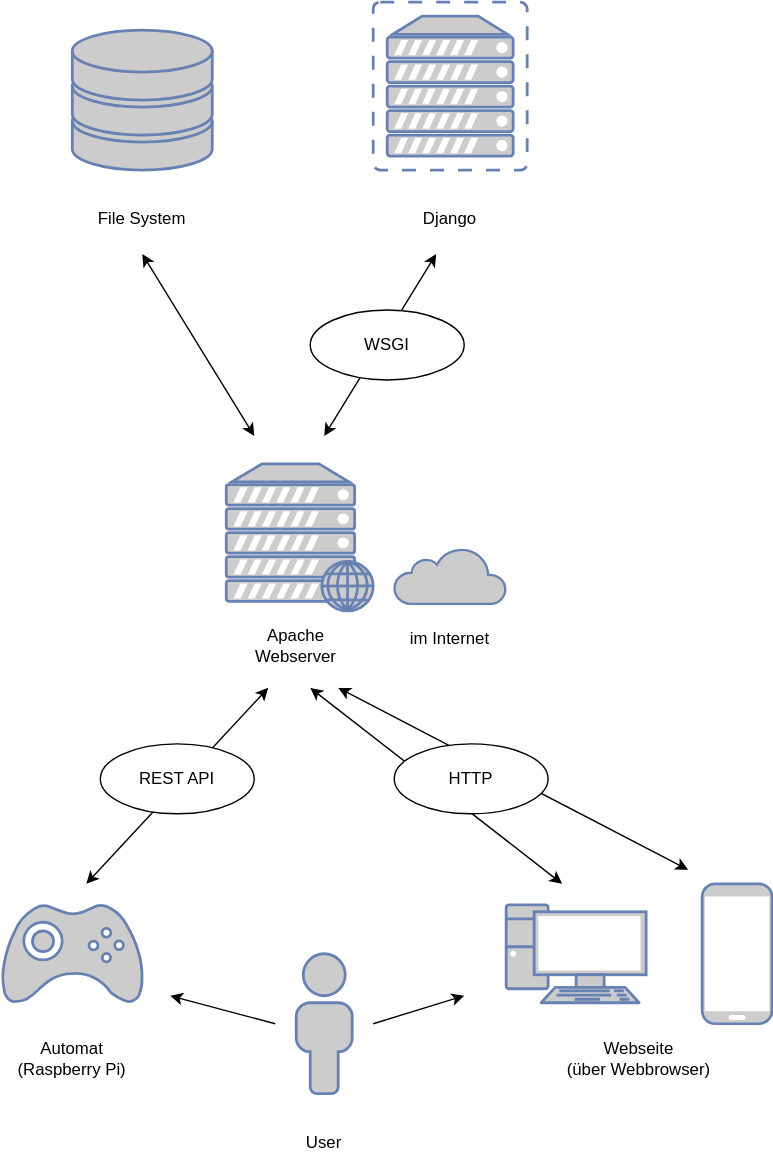
Earlier version of the draw.io export Architektur_Burgerkarte.svg (Kai-Singer/Burgerkarte). Source tidied: cells renumbered, new cells last; positions are measured from the earlier drawing's top-left corner, leaving out a move shared by most shapes. The source it was exported from:
```xml
<mxGraphModel>
  <root>
    <mxCell id="0" />
    <mxCell id="1" parent="0" />
    <mxCell id="2" style="fontColor=#0066CC;verticalAlign=top;verticalLabelPosition=bottom;labelPosition=center;align=center;html=1;fillColor=#CCCCCC;strokeColor=#6881B3;gradientColor=none;gradientDirection=north;strokeWidth=2;shape=mxgraph.networks.gamepad;" parent="1" vertex="1">
      <mxGeometry y="645" width="100" height="70" as="geometry" />
    </mxCell>
    <mxCell id="3" style="fontColor=#0066CC;verticalAlign=top;verticalLabelPosition=bottom;labelPosition=center;align=center;html=1;fillColor=#CCCCCC;strokeColor=#6881B3;gradientColor=none;gradientDirection=north;strokeWidth=2;shape=mxgraph.networks.web_server;" parent="1" vertex="1">
      <mxGeometry x="160" y="330" width="105" height="105" as="geometry" />
    </mxCell>
    <mxCell id="4" style="fontColor=#0066CC;verticalAlign=top;verticalLabelPosition=bottom;labelPosition=center;align=center;html=1;fillColor=#CCCCCC;strokeColor=#6881B3;gradientColor=none;gradientDirection=north;strokeWidth=2;shape=mxgraph.networks.pc;" parent="1" vertex="1">
      <mxGeometry x="360" y="645" width="100" height="70" as="geometry" />
    </mxCell>
    <mxCell id="5" style="fontColor=#0066CC;verticalAlign=top;verticalLabelPosition=bottom;labelPosition=center;align=center;html=1;fillColor=#CCCCCC;strokeColor=#6881B3;gradientColor=none;gradientDirection=north;strokeWidth=2;shape=mxgraph.networks.mobile;" parent="1" vertex="1">
      <mxGeometry x="500" y="630" width="50" height="100" as="geometry" />
    </mxCell>
    <mxCell id="6" style="fontColor=#0066CC;verticalAlign=top;verticalLabelPosition=bottom;labelPosition=center;align=center;html=1;fillColor=#CCCCCC;strokeColor=#6881B3;gradientColor=none;gradientDirection=north;strokeWidth=2;shape=mxgraph.networks.storage;" parent="1" vertex="1">
      <mxGeometry x="50" y="20" width="100" height="100" as="geometry" />
    </mxCell>
    <mxCell id="7" style="fontColor=#0066CC;verticalAlign=top;verticalLabelPosition=bottom;labelPosition=center;align=center;html=1;fillColor=#CCCCCC;strokeColor=#6881B3;gradientColor=none;gradientDirection=north;strokeWidth=2;shape=mxgraph.networks.user_male;" parent="1" vertex="1">
      <mxGeometry x="210" y="680" width="40" height="100" as="geometry" />
    </mxCell>
    <mxCell id="8" style="html=1;fillColor=#CCCCCC;strokeColor=#6881B3;gradientColor=none;gradientDirection=north;strokeWidth=2;shape=mxgraph.networks.cloud;fontColor=#ffffff;" parent="1" vertex="1">
      <mxGeometry x="280" y="390" width="80" height="40" as="geometry" />
    </mxCell>
    <mxCell id="9" value="File System" style="text;html=1;align=center;verticalAlign=middle;whiteSpace=wrap;rounded=0;" parent="1" vertex="1">
      <mxGeometry x="60" y="140" width="80" height="30" as="geometry" />
    </mxCell>
    <mxCell id="10" value="Django" style="text;html=1;align=center;verticalAlign=middle;whiteSpace=wrap;rounded=0;" parent="1" vertex="1">
      <mxGeometry x="280" y="140" width="80" height="30" as="geometry" />
    </mxCell>
    <mxCell id="11" style="endArrow=classic;startArrow=classic;html=1;" parent="1" edge="1">
      <mxGeometry relative="1" as="geometry">
        <mxPoint x="180" y="310" as="sourcePoint" />
        <mxPoint x="100" y="180" as="targetPoint" />
      </mxGeometry>
    </mxCell>
    <mxCell id="12" style="endArrow=classic;startArrow=classic;html=1;" parent="1" edge="1">
      <mxGeometry relative="1" as="geometry">
        <mxPoint x="230" y="310" as="sourcePoint" />
        <mxPoint x="310" y="180" as="targetPoint" />
      </mxGeometry>
    </mxCell>
    <mxCell id="13" style="ellipse;whiteSpace=wrap;html=1;" parent="1" vertex="1">
      <mxGeometry x="220" y="220" width="110" height="50" as="geometry" />
    </mxCell>
    <mxCell id="14" value="WSGI" style="text;html=1;align=center;verticalAlign=middle;whiteSpace=wrap;rounded=0;" parent="1" vertex="1">
      <mxGeometry x="245" y="230" width="60" height="30" as="geometry" />
    </mxCell>
    <mxCell id="15" style="fontColor=#0066CC;verticalAlign=top;verticalLabelPosition=bottom;labelPosition=center;align=center;html=1;fillColor=#CCCCCC;strokeColor=#6881B3;gradientColor=none;gradientDirection=north;strokeWidth=2;shape=mxgraph.networks.virtual_server;" parent="1" vertex="1">
      <mxGeometry x="265" width="110" height="120" as="geometry" />
    </mxCell>
    <mxCell id="16" value="Apache Webserver" style="text;html=1;align=center;verticalAlign=middle;whiteSpace=wrap;rounded=0;" parent="1" vertex="1">
      <mxGeometry x="180" y="445" width="60" height="30" as="geometry" />
    </mxCell>
    <mxCell id="17" value="im Internet" style="text;html=1;align=center;verticalAlign=middle;whiteSpace=wrap;rounded=0;" parent="1" vertex="1">
      <mxGeometry x="290" y="440" width="60" height="30" as="geometry" />
    </mxCell>
    <mxCell id="18" style="endArrow=classic;startArrow=classic;html=1;" parent="1" edge="1">
      <mxGeometry relative="1" as="geometry">
        <mxPoint x="60" y="630" as="sourcePoint" />
        <mxPoint x="190" y="490" as="targetPoint" />
      </mxGeometry>
    </mxCell>
    <mxCell id="19" style="endArrow=classic;startArrow=classic;html=1;" parent="1" edge="1">
      <mxGeometry relative="1" as="geometry">
        <mxPoint x="400" y="630" as="sourcePoint" />
        <mxPoint x="220" y="490" as="targetPoint" />
      </mxGeometry>
    </mxCell>
    <mxCell id="20" style="endArrow=classic;startArrow=classic;html=1;" parent="1" edge="1">
      <mxGeometry relative="1" as="geometry">
        <mxPoint x="490" y="620" as="sourcePoint" />
        <mxPoint x="240" y="490" as="targetPoint" />
      </mxGeometry>
    </mxCell>
    <mxCell id="21" value="REST API" style="ellipse;whiteSpace=wrap;html=1;" parent="1" vertex="1">
      <mxGeometry x="70" y="530" width="110" height="50" as="geometry" />
    </mxCell>
    <mxCell id="22" value="HTTP" style="ellipse;whiteSpace=wrap;html=1;" parent="1" vertex="1">
      <mxGeometry x="280" y="530" width="110" height="50" as="geometry" />
    </mxCell>
    <mxCell id="23" style="endArrow=classic;html=1;" parent="1" edge="1">
      <mxGeometry relative="1" as="geometry">
        <mxPoint x="265" y="730" as="sourcePoint" />
        <mxPoint x="330" y="710" as="targetPoint" />
      </mxGeometry>
    </mxCell>
    <mxCell id="24" style="endArrow=classic;html=1;" parent="1" edge="1">
      <mxGeometry relative="1" as="geometry">
        <mxPoint x="195" y="730" as="sourcePoint" />
        <mxPoint x="120" y="710" as="targetPoint" />
      </mxGeometry>
    </mxCell>
    <mxCell id="25" value="User" style="text;html=1;align=center;verticalAlign=middle;whiteSpace=wrap;rounded=0;" parent="1" vertex="1">
      <mxGeometry x="200" y="800" width="60" height="30" as="geometry" />
    </mxCell>
    <mxCell id="26" value="Automat&lt;br&gt;(Raspberry Pi)" style="text;html=1;align=center;verticalAlign=middle;whiteSpace=wrap;rounded=0;" parent="1" vertex="1">
      <mxGeometry x="5" y="740" width="90" height="30" as="geometry" />
    </mxCell>
    <mxCell id="27" value="Webseite&lt;div&gt;(über Webbrowser)&lt;/div&gt;" style="text;html=1;align=center;verticalAlign=middle;whiteSpace=wrap;rounded=0;" parent="1" vertex="1">
      <mxGeometry x="400" y="740" width="110" height="30" as="geometry" />
    </mxCell>
  </root>
</mxGraphModel>
```
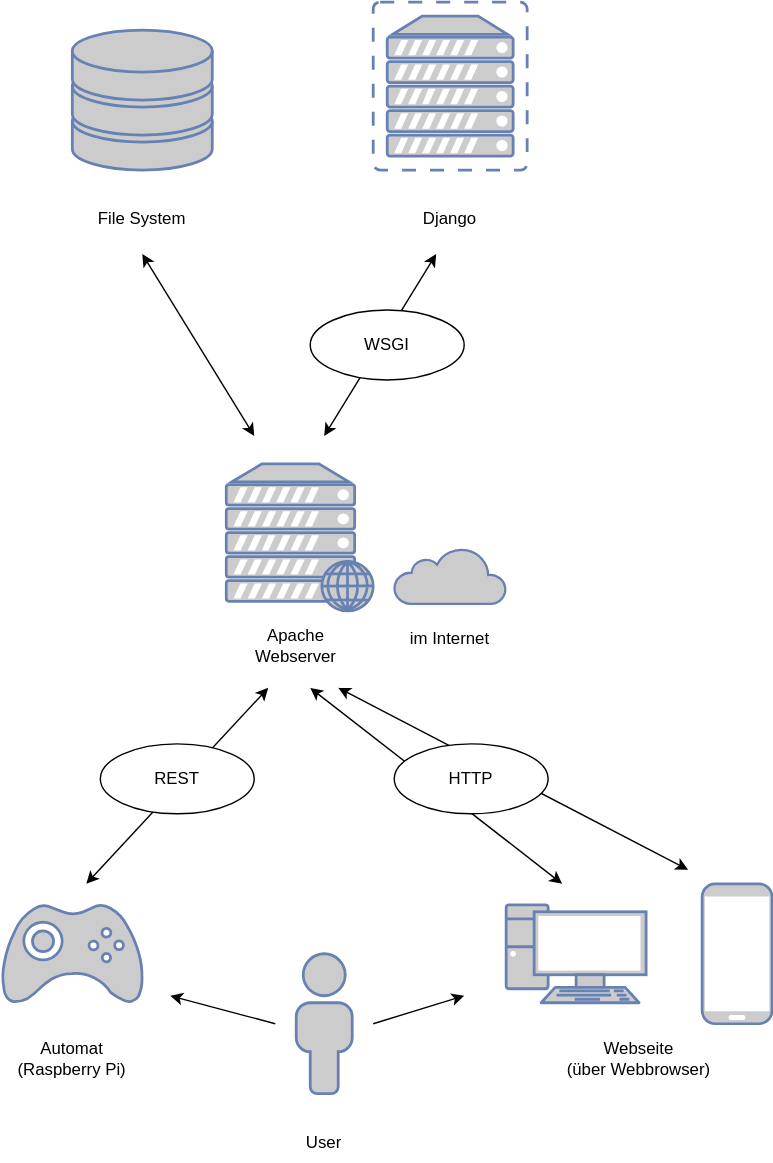
After the change.

Diff of the diagram source:
```diff
@@ -74,7 +74,7 @@
         <mxPoint x="240" y="490" as="targetPoint" />
       </mxGeometry>
     </mxCell>
-    <mxCell id="21" value="REST API" style="ellipse;whiteSpace=wrap;html=1;" parent="1" vertex="1">
+    <mxCell id="21" value="REST" style="ellipse;whiteSpace=wrap;html=1;" parent="1" vertex="1">
       <mxGeometry x="70" y="530" width="110" height="50" as="geometry" />
     </mxCell>
     <mxCell id="22" value="HTTP" style="ellipse;whiteSpace=wrap;html=1;" parent="1" vertex="1">
```
